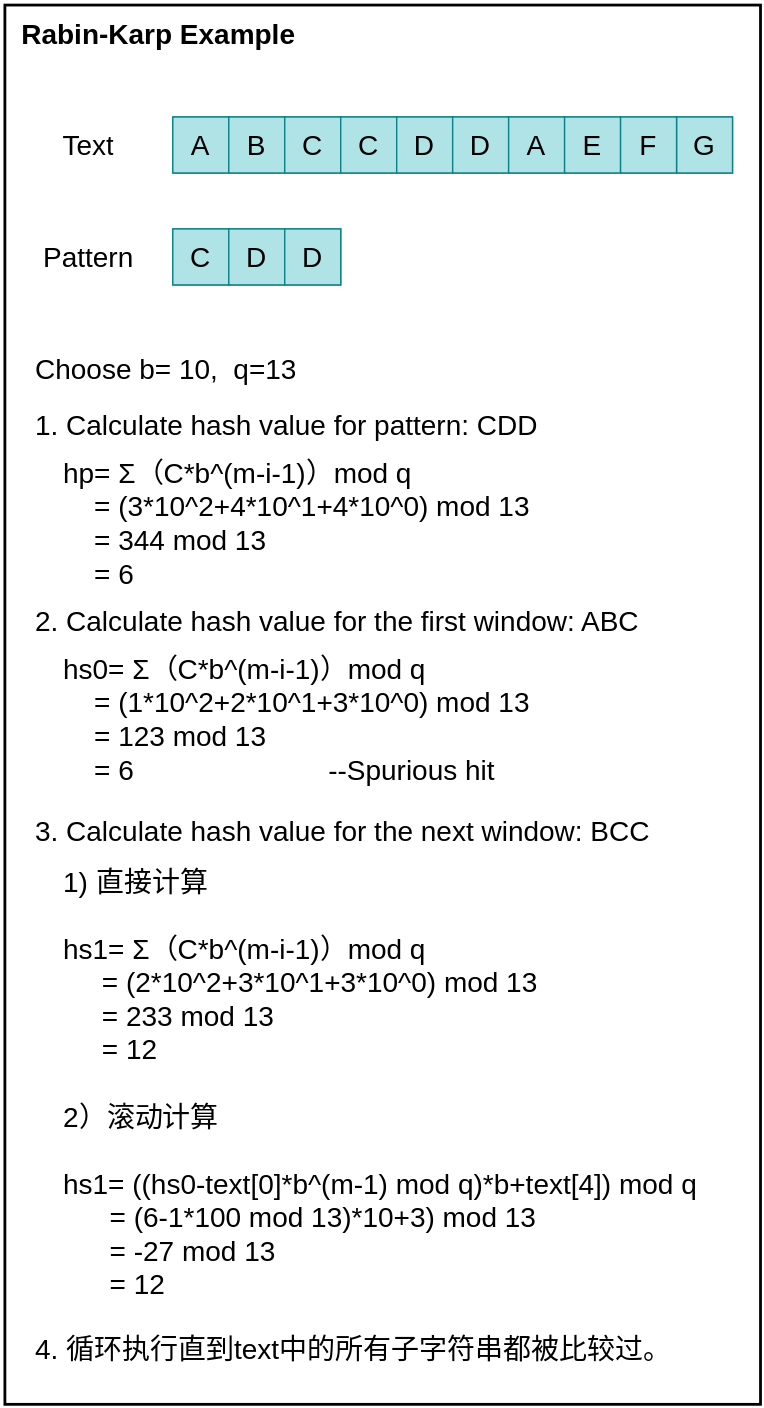
The draw.io diagram Algorithms/img/RabinKarpExample.svg in TBD2021/Salt-and-Computer-Science, before a commit. Source tidied: cells renumbered, new cells last; positions are measured from the earlier drawing's top-left corner, leaving out a move shared by most shapes.
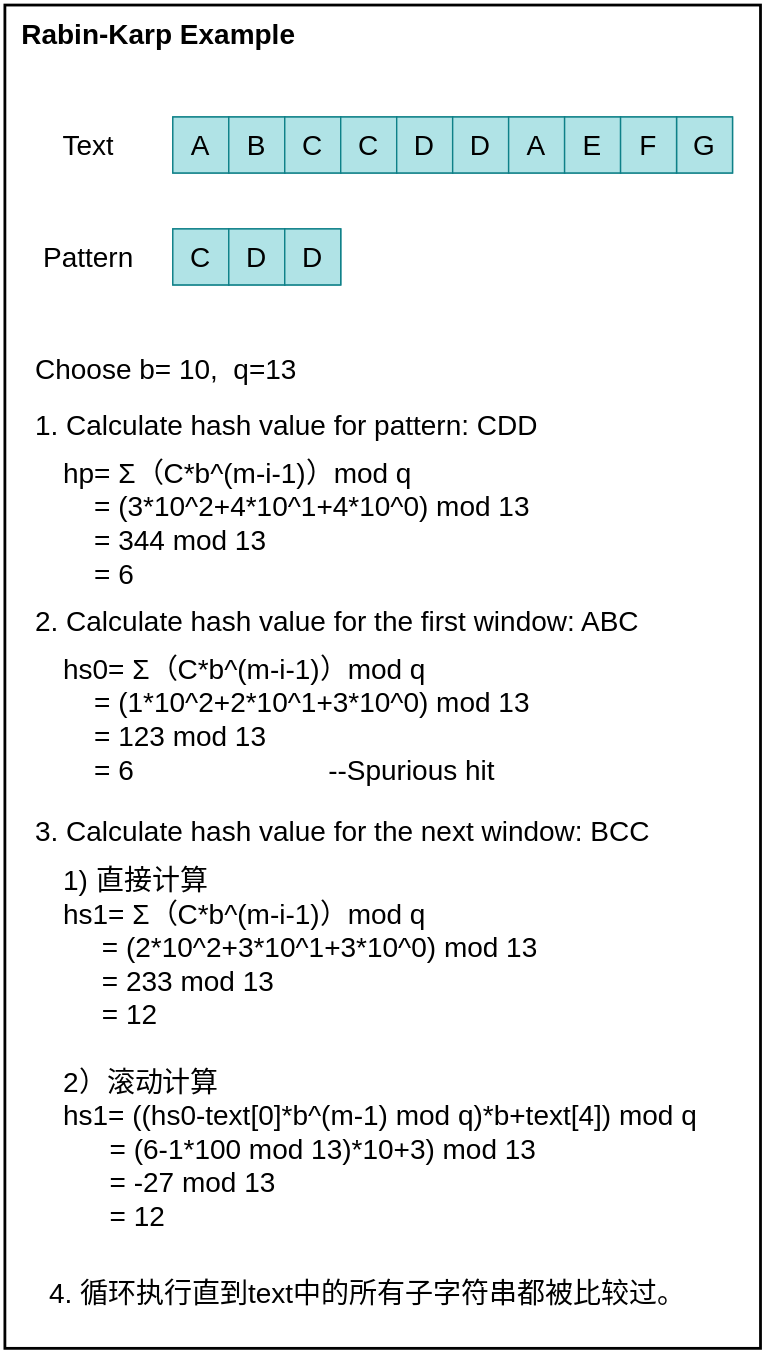
After the change.

Change to the diagram source:
```diff
@@ -3,7 +3,7 @@
     <mxCell id="0" />
     <mxCell id="1" parent="0" />
     <mxCell id="2" style="rounded=0;whiteSpace=wrap;html=1;strokeWidth=2;" parent="1" vertex="1">
-      <mxGeometry width="540" height="1000" as="geometry" />
+      <mxGeometry width="540" height="960" as="geometry" />
     </mxCell>
     <mxCell id="3" style="rounded=0;whiteSpace=wrap;html=1;fillColor=#b0e3e6;strokeColor=#0e8088;" parent="1" vertex="1">
       <mxGeometry x="480" y="80" width="40" height="40" as="geometry" />
@@ -154,14 +154,14 @@
         <mxGeometry x="20" y="570" width="480" height="40" as="geometry" />
       </mxCell>
     </object>
-    <object id="38" label="&lt;span style=&quot;font-size: 20px;&quot;&gt;1) 直接计算&lt;br&gt;&lt;br&gt;hs1= Σ（C*b^(m-i-1)）mod q&lt;br&gt;&amp;nbsp; &amp;nbsp; &amp;nbsp;= (2*10^2+3*10^1+3*10^0) mod 13&lt;br&gt;&amp;nbsp; &amp;nbsp; &amp;nbsp;= 233 mod 13&lt;br&gt;&amp;nbsp; &amp;nbsp; &amp;nbsp;= 12&lt;br&gt;&lt;br&gt;2）滚动计算&lt;br&gt;&lt;br&gt;hs1= ((hs0-text[0]*b^(m-1) mod q)*b+text[4]) mod q&lt;br&gt;&amp;nbsp; &amp;nbsp; &amp;nbsp; = (6-1*100 mod 13)*10+3) mod 13&lt;br&gt;&amp;nbsp; &amp;nbsp; &amp;nbsp; = -27 mod 13&lt;br&gt;&amp;nbsp; &amp;nbsp; &amp;nbsp; = 12&lt;br&gt;&lt;/span&gt;" name="Variable" placeholders="1">
+    <object id="38" label="&lt;span style=&quot;font-size: 20px;&quot;&gt;1) 直接计算&lt;br&gt;hs1= Σ（C*b^(m-i-1)）mod q&lt;br&gt;&amp;nbsp; &amp;nbsp; &amp;nbsp;= (2*10^2+3*10^1+3*10^0) mod 13&lt;br&gt;&amp;nbsp; &amp;nbsp; &amp;nbsp;= 233 mod 13&lt;br&gt;&amp;nbsp; &amp;nbsp; &amp;nbsp;= 12&lt;br&gt;&lt;br&gt;2）滚动计算&lt;br&gt;hs1= ((hs0-text[0]*b^(m-1) mod q)*b+text[4]) mod q&lt;br&gt;&amp;nbsp; &amp;nbsp; &amp;nbsp; = (6-1*100 mod 13)*10+3) mod 13&lt;br&gt;&amp;nbsp; &amp;nbsp; &amp;nbsp; = -27 mod 13&lt;br&gt;&amp;nbsp; &amp;nbsp; &amp;nbsp; = 12&lt;br&gt;&lt;/span&gt;" name="Variable" placeholders="1">
       <mxCell style="text;html=1;strokeColor=none;fillColor=none;align=left;verticalAlign=middle;whiteSpace=wrap;overflow=hidden;" parent="1" vertex="1">
-        <mxGeometry x="40" y="610" width="470" height="320" as="geometry" />
+        <mxGeometry x="40" y="610" width="470" height="270" as="geometry" />
       </mxCell>
     </object>
     <object id="39" label="&lt;span style=&quot;font-size: 20px;&quot;&gt;4. 循环执行直到text中的所有子字符串都被比较过。&lt;/span&gt;" name="Variable" placeholders="1">
       <mxCell style="text;html=1;strokeColor=none;fillColor=none;align=left;verticalAlign=middle;whiteSpace=wrap;overflow=hidden;" parent="1" vertex="1">
-        <mxGeometry x="20" y="940" width="480" height="40" as="geometry" />
+        <mxGeometry x="30" y="900" width="480" height="40" as="geometry" />
       </mxCell>
     </object>
   </root>
```
